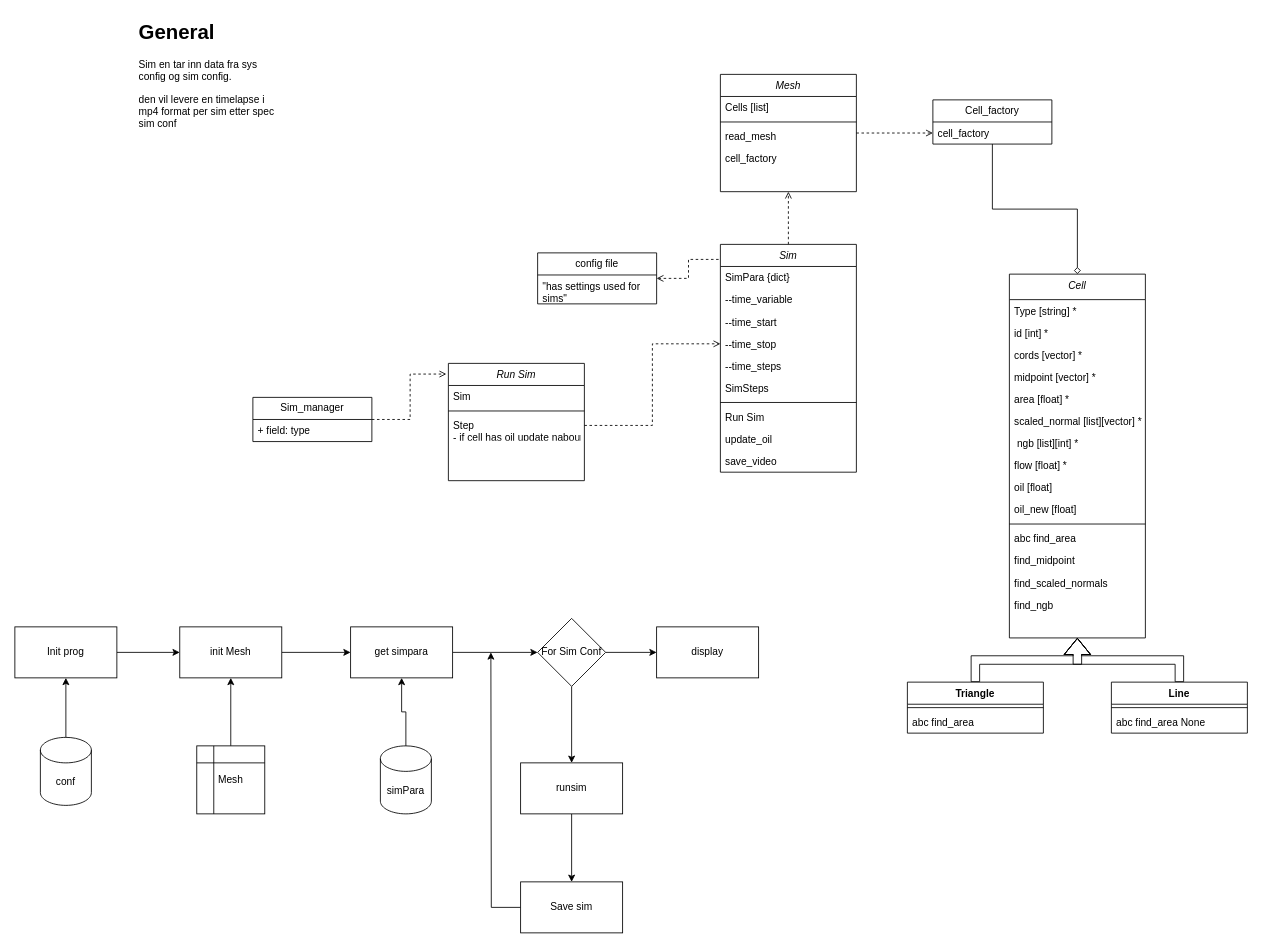
Earlier version of the draw.io diagram SYS Diagram.drawio (B-rage04/INF202_Gruppe5). Source tidied: cells renumbered, new cells numbered last; positions are measured from the earlier drawing's top-left corner, leaving out a move shared by most shapes. Both pictures are drawn from the tidied source at 85%, with x=0, y=0 at pixel (14, 14).
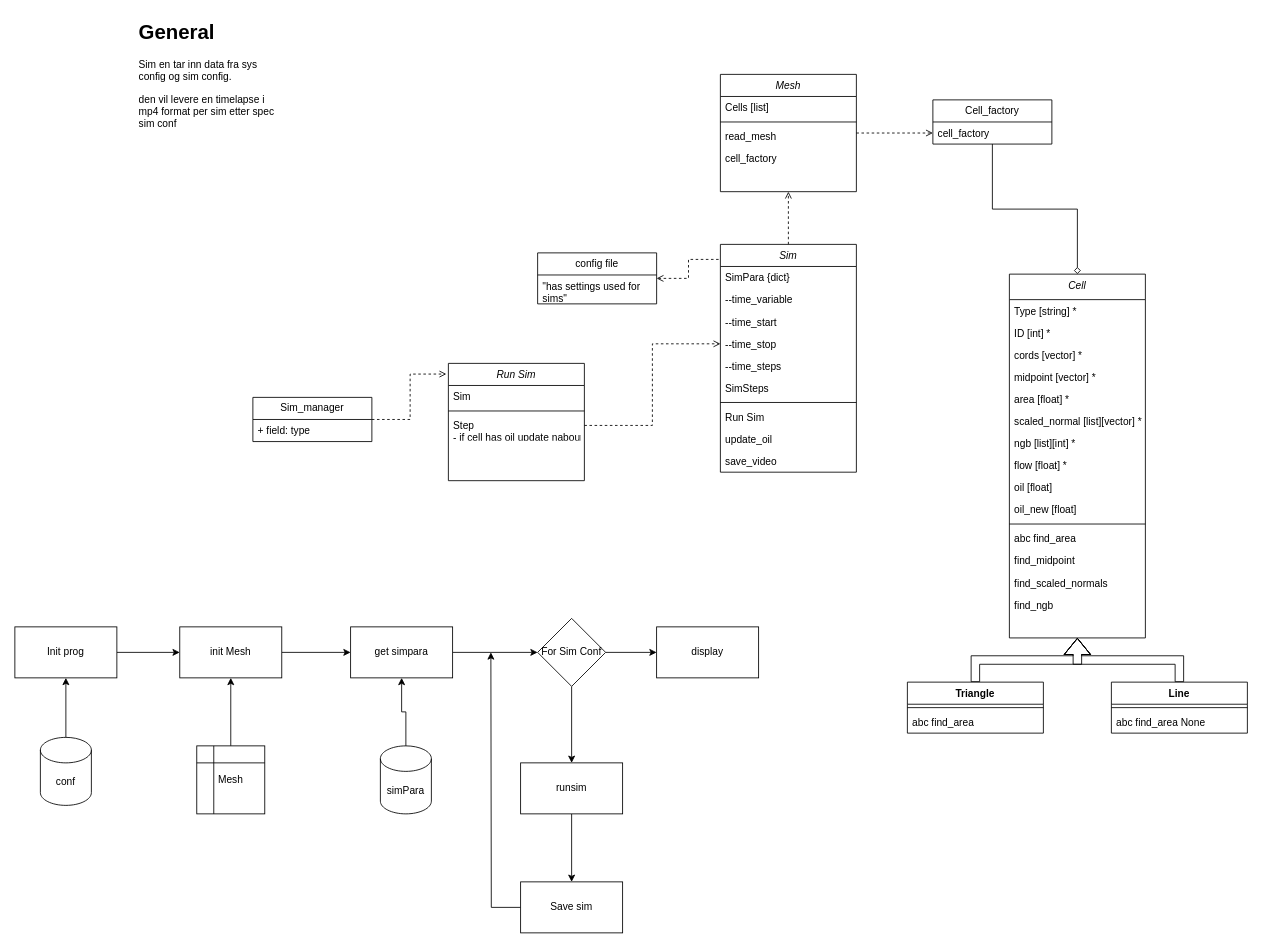
After the change.

Commit message (it also covers changes not shown here):
ads neigbours

Unchanged cells that the change refers to:
```xml
<mxCell id="45" value="Cell" style="swimlane;fontStyle=2;align=center;verticalAlign=top;horizontal=1;startSize=30;rounded=0;shadow=0;strokeWidth=1;" parent="1" vertex="1">
  <mxGeometry x="1170" y="305" width="160" height="428" as="geometry" />
</mxCell>
```

Change to the diagram source:
```diff
@@
-    <mxCell id="47" value="id [int] *" style="text;align=left;verticalAlign=top;spacingLeft=4;spacingRight=4;overflow=hidden;rounded=0;shadow=0;html=0;" parent="45" vertex="1">
+    <mxCell id="47" value="ID [int] *" style="text;align=left;verticalAlign=top;spacingLeft=4;spacingRight=4;overflow=hidden;rounded=0;shadow=0;html=0;" parent="45" vertex="1">
       <mxGeometry y="56" width="160" height="26" as="geometry" />
     </mxCell>
@@
-    <mxCell id="52" value=" ngb [list][int] *" style="text;align=left;verticalAlign=top;spacingLeft=4;spacingRight=4;overflow=hidden;rounded=0;shadow=0;html=0;" parent="45" vertex="1">
+    <mxCell id="52" value="ngb [list][int] *" style="text;align=left;verticalAlign=top;spacingLeft=4;spacingRight=4;overflow=hidden;rounded=0;shadow=0;html=0;" parent="45" vertex="1">
       <mxGeometry y="186" width="160" height="26" as="geometry" />
     </mxCell>
```
